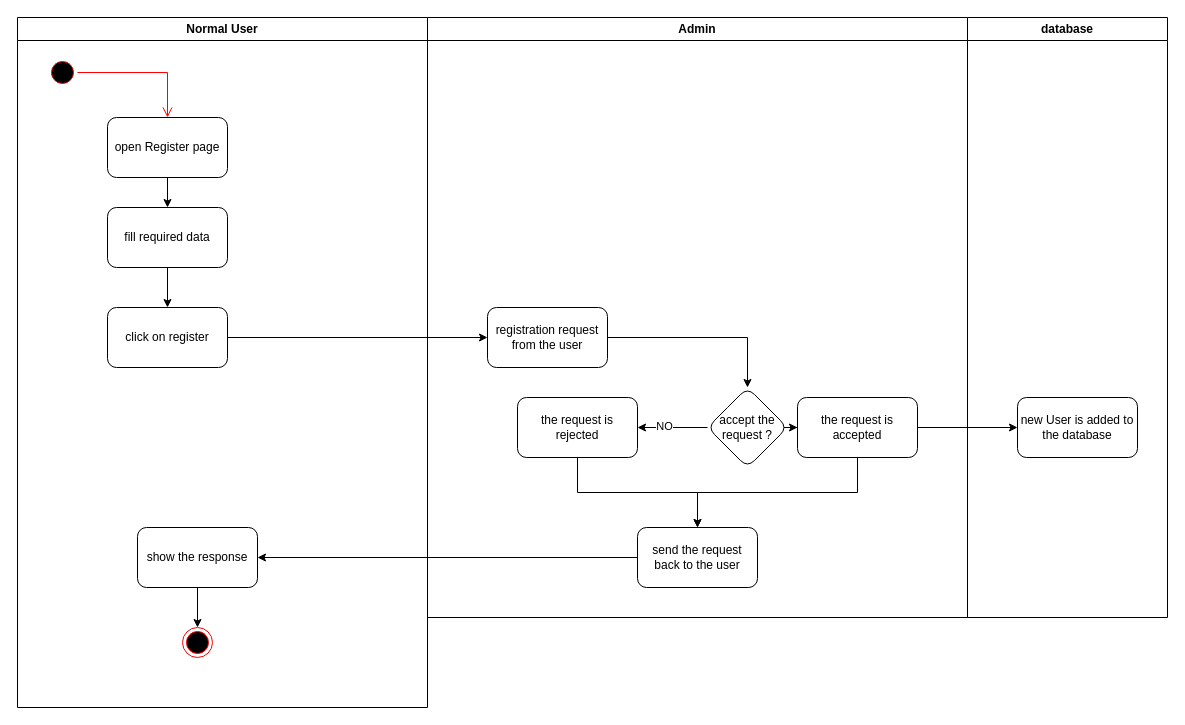
This is design/activity/registerActivityDiagram.drawio from Boodyahmedhamdy/LSP, a draw.io file, before an edit. Source tidied: cells renumbered, new cells numbered last; positions are measured from the earlier drawing's top-left corner, leaving out a move shared by most shapes. Both pictures are drawn from the tidied source at 100%, with x=0, y=0 at pixel (17, 17).
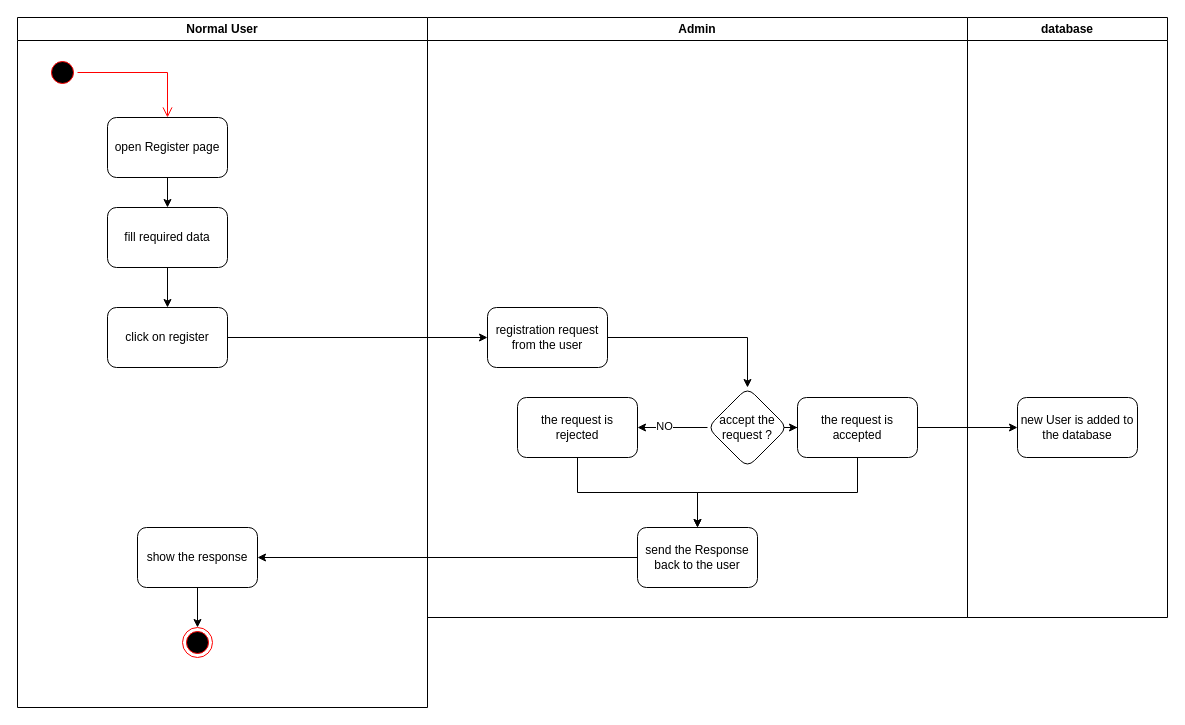
The same page after the edit.

Unchanged cells that the change refers to:
```xml
<mxCell id="11" value="Admin" style="swimlane;whiteSpace=wrap;html=1;" parent="1" vertex="1">
  <mxGeometry x="410" width="540" height="600" as="geometry" />
</mxCell>
```

Diff of the diagram source:
```diff
@@
-    <mxCell id="22" value="send the request back to the user" style="whiteSpace=wrap;html=1;rounded=1;" parent="11" vertex="1">
+    <mxCell id="22" value="send the Response back to the user" style="whiteSpace=wrap;html=1;rounded=1;" parent="11" vertex="1">
       <mxGeometry x="210" y="510" width="120" height="60" as="geometry" />
     </mxCell>
```
